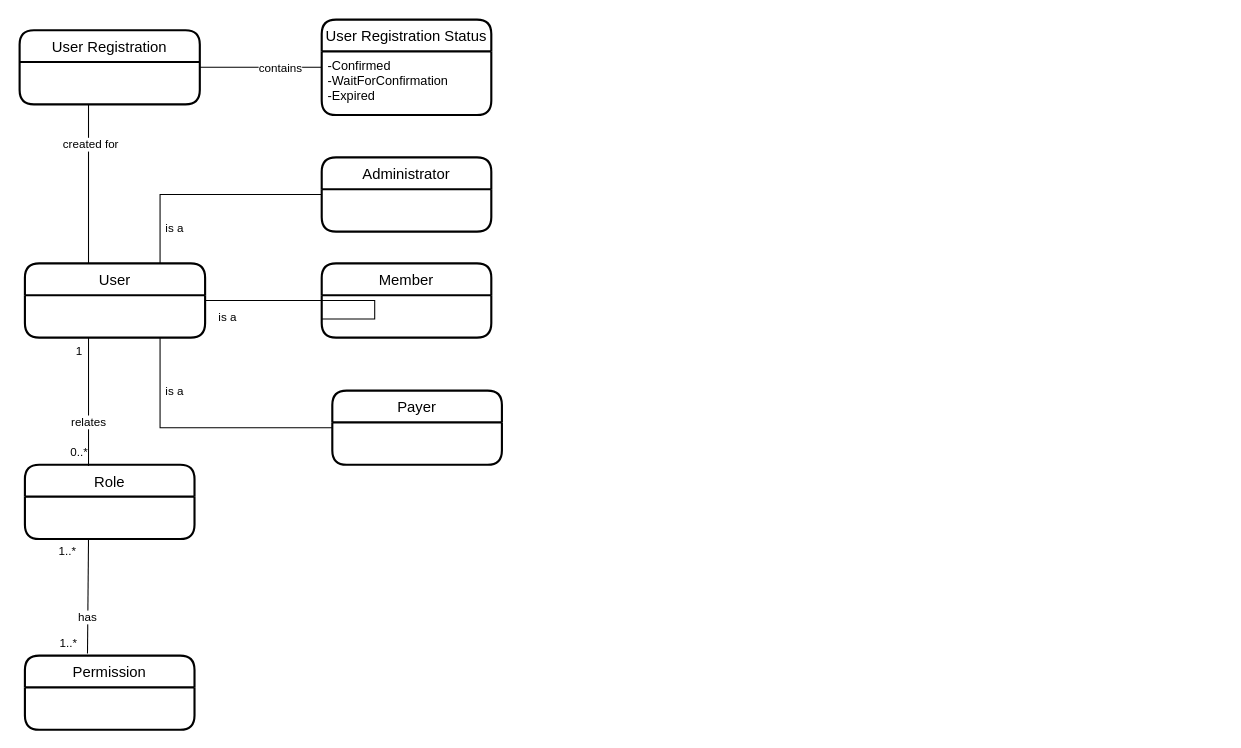
The draw.io diagram doc/Domain Conceptual Model.drawio in ismaelcabanas/meetup-monorepo, before the edit. Source tidied: cells renumbered, new cells numbered last; positions are measured from the earlier drawing's top-left corner, leaving out a move shared by most shapes. Both pictures are drawn from the tidied source at 106%, with x=0, y=0 at pixel (19, 19).
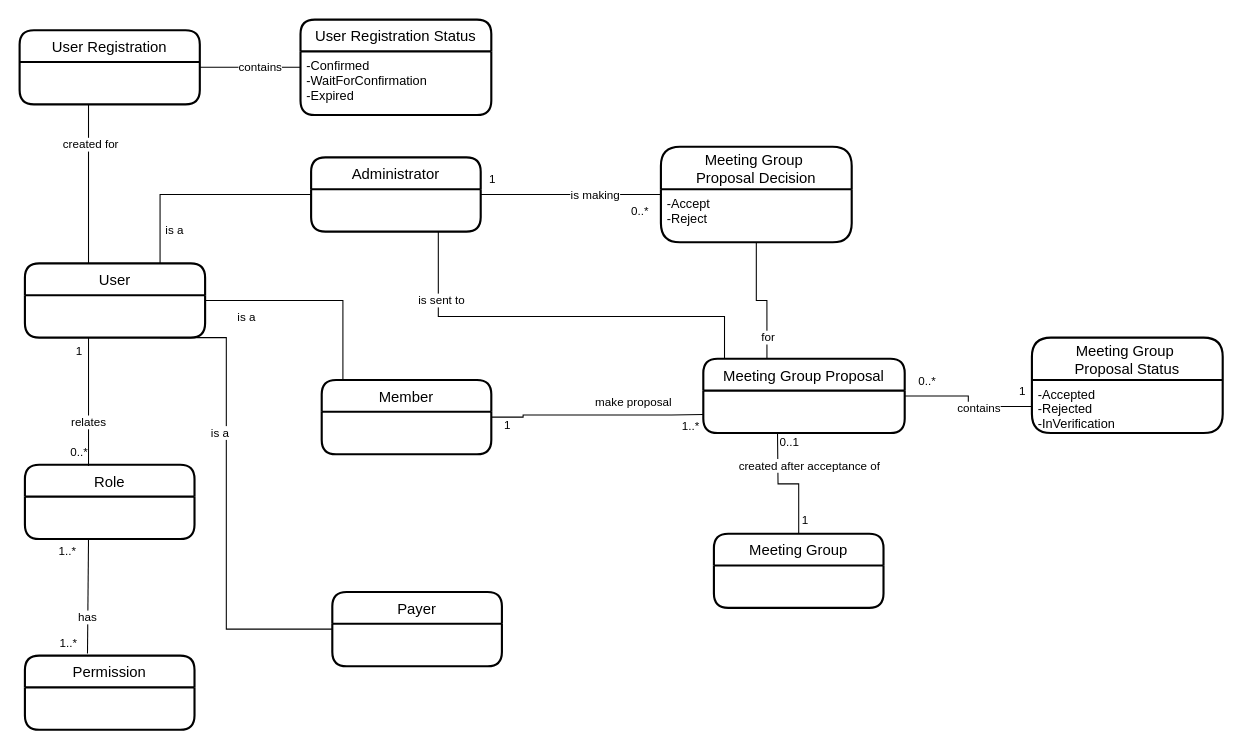
Above is the later version.

Commit message:
Administrators conceptual model

The change refers to these unchanged cells:
```xml
<mxCell id="2" value="User" style="swimlane;horizontal=1;startSize=30;rounded=1;fontSize=14;fontStyle=0;strokeWidth=2;shadow=0;dashed=0;align=center;" parent="1" vertex="1">
  <mxGeometry x="5" y="230" width="170" height="70" as="geometry" />
</mxCell>
<mxCell id="26" style="endArrow=none;html=1;rounded=0;strokeColor=#000000;exitX=1;exitY=0.5;exitDx=0;exitDy=0;entryX=0;entryY=0.25;entryDx=0;entryDy=0;" parent="1" edge="1" source="21" target="25">
  <mxGeometry relative="1" as="geometry" />
</mxCell>
```

Diff of the diagram source:
```diff
@@
+    <mxCell id="28" style="edgeStyle=orthogonalEdgeStyle;rounded=0;jettySize=auto;html=1;entryX=0;entryY=0.5;entryDx=0;entryDy=0;endArrow=none;endFill=0;" parent="1" edge="1" source="5" target="48">
+      <mxGeometry relative="1" as="geometry" />
+    </mxCell>
+    <mxCell id="29" value="1" style="edgeLabel;html=1;align=center;verticalAlign=middle;" parent="28" vertex="1">
+      <mxGeometry x="-0.9" y="2" relative="1" as="geometry">
+        <mxPoint x="2" y="-13" as="offset" />
+      </mxGeometry>
+    </mxCell>
+    <mxCell id="30" value="is making" style="edgeLabel;html=1;align=center;verticalAlign=middle;" parent="28" vertex="1">
+      <mxGeometry x="0.45" relative="1" as="geometry">
+        <mxPoint x="-16" as="offset" />
+      </mxGeometry>
+    </mxCell>
+    <mxCell id="31" value="0..*" style="edgeLabel;html=1;align=center;verticalAlign=middle;" parent="28" vertex="1">
+      <mxGeometry x="0.91" relative="1" as="geometry">
+        <mxPoint x="-13" y="15" as="offset" />
+      </mxGeometry>
+    </mxCell>
     <mxCell id="5" value="Administrator" style="swimlane;horizontal=1;startSize=30;rounded=1;fontSize=14;fontStyle=0;strokeWidth=2;shadow=0;dashed=0;align=center;" parent="1" vertex="1">
-      <mxGeometry x="285" y="130" width="160" height="70" as="geometry" />
+      <mxGeometry x="275" y="130" width="160" height="70" as="geometry" />
     </mxCell>
     <mxCell id="6" value="Member" style="swimlane;horizontal=1;startSize=30;rounded=1;fontSize=14;fontStyle=0;strokeWidth=2;shadow=0;dashed=0;align=center;" parent="1" vertex="1">
-      <mxGeometry x="285" y="230" width="160" height="70" as="geometry" />
+      <mxGeometry x="285" y="340" width="160" height="70" as="geometry" />
     </mxCell>
     <mxCell id="7" value="Payer" style="swimlane;horizontal=1;startSize=30;rounded=1;fontSize=14;fontStyle=0;strokeWidth=2;shadow=0;dashed=0;align=center;" parent="1" vertex="1">
-      <mxGeometry x="295" y="350" width="160" height="70" as="geometry" />
+      <mxGeometry x="295" y="540" width="160" height="70" as="geometry" />
     </mxCell>
@@
-    <mxCell id="9" style="endArrow=none;html=1;rounded=0;entryX=0;entryY=0.75;entryDx=0;entryDy=0;exitX=1;exitY=0.5;exitDx=0;exitDy=0;edgeStyle=orthogonalEdgeStyle;" parent="1" edge="1" source="2" target="6">
+    <mxCell id="9" style="endArrow=none;html=1;rounded=0;exitX=1;exitY=0.5;exitDx=0;exitDy=0;edgeStyle=orthogonalEdgeStyle;entryX=0.125;entryY=0;entryDx=0;entryDy=0;entryPerimeter=0;" parent="1" edge="1" source="2" target="6">
       <mxGeometry relative="1" as="geometry">
         <Array as="points">
-          <mxPoint x="335" y="265" />
+          <mxPoint x="305" y="265" />
         </Array>
       </mxGeometry>
     </mxCell>
     <mxCell id="10" value="is a" style="edgeLabel;html=1;align=center;verticalAlign=middle;" parent="9" vertex="1">
       <mxGeometry x="-0.53" y="1" relative="1" as="geometry">
-        <mxPoint x="-33" y="16" as="offset" />
+        <mxPoint x="-10" y="16" as="offset" />
       </mxGeometry>
     </mxCell>
     <mxCell id="11" style="endArrow=none;html=1;rounded=0;exitX=0.75;exitY=1;exitDx=0;exitDy=0;edgeStyle=orthogonalEdgeStyle;entryX=0;entryY=0.5;entryDx=0;entryDy=0;" parent="1" edge="1" source="2" target="7">
-      <mxGeometry relative="1" as="geometry" />
+      <mxGeometry relative="1" as="geometry">
+        <Array as="points">
+          <mxPoint x="195" y="300" />
+          <mxPoint x="195" y="575" />
+        </Array>
+      </mxGeometry>
     </mxCell>
@@
     <mxCell id="24" value="User Registration Status" style="swimlane;horizontal=1;startSize=30;rounded=1;fontSize=14;fontStyle=0;strokeWidth=2;shadow=0;dashed=0;align=center;" parent="1" vertex="1">
-      <mxGeometry x="285" width="160" height="90" as="geometry" />
+      <mxGeometry x="265" width="180" height="90" as="geometry" />
     </mxCell>
     <mxCell id="25" value="-Confirmed&#10;-WaitForConfirmation&#10;-Expired" style="align=left;strokeColor=none;fillColor=none;spacingLeft=4;fontSize=12;verticalAlign=top;" parent="24" vertex="1">
-      <mxGeometry y="30" width="160" height="60" as="geometry" />
+      <mxGeometry y="30" width="180" height="60" as="geometry" />
     </mxCell>
@@
     <mxCell id="27" value="contains" style="edgeLabel;html=1;align=center;verticalAlign=middle;" parent="26" vertex="1">
       <mxGeometry x="-0.04" y="1" relative="1" as="geometry">
-        <mxPoint x="20" y="1" as="offset" />
+        <mxPoint x="10" y="1" as="offset" />
       </mxGeometry>
     </mxCell>
+    <mxCell id="32" style="edgeStyle=orthogonalEdgeStyle;rounded=0;jettySize=auto;html=1;endArrow=none;endFill=0;" parent="1" edge="1" source="36">
+      <mxGeometry relative="1" as="geometry">
+        <mxPoint x="715" y="390" as="targetPoint" />
+      </mxGeometry>
+    </mxCell>
+    <mxCell id="33" value="1" style="edgeLabel;html=1;align=center;verticalAlign=middle;" parent="32" vertex="1">
+      <mxGeometry x="-0.76" relative="1" as="geometry">
+        <mxPoint x="5" as="offset" />
+      </mxGeometry>
+    </mxCell>
+    <mxCell id="34" value="0..1" style="edgeLabel;html=1;align=center;verticalAlign=middle;" parent="32" vertex="1">
+      <mxGeometry x="0.86" y="-1" relative="1" as="geometry">
+        <mxPoint x="9" as="offset" />
+      </mxGeometry>
+    </mxCell>
+    <mxCell id="35" value="created after acceptance of" style="edgeLabel;html=1;align=center;verticalAlign=middle;" parent="32" vertex="1">
+      <mxGeometry x="-0.05" y="2" relative="1" as="geometry">
+        <mxPoint x="16.5" y="-19.5" as="offset" />
+      </mxGeometry>
+    </mxCell>
+    <mxCell id="36" value="Meeting Group" style="swimlane;horizontal=1;startSize=30;rounded=1;fontSize=14;fontStyle=0;strokeWidth=2;shadow=0;dashed=0;align=center;" parent="1" vertex="1">
+      <mxGeometry x="655" y="485" width="160" height="70" as="geometry" />
+    </mxCell>
+    <mxCell id="37" style="edgeStyle=orthogonalEdgeStyle;rounded=0;jettySize=auto;html=1;entryX=0;entryY=0.5;entryDx=0;entryDy=0;endArrow=none;endFill=0;" parent="1" edge="1" source="43" target="53">
+      <mxGeometry relative="1" as="geometry" />
+    </mxCell>
+    <mxCell id="38" value="contains" style="edgeLabel;html=1;align=center;verticalAlign=middle;" parent="37" vertex="1">
+      <mxGeometry x="0.22" y="-1" relative="1" as="geometry" />
+    </mxCell>
+    <mxCell id="39" value="1" style="edgeLabel;html=1;align=center;verticalAlign=middle;" parent="37" vertex="1">
+      <mxGeometry x="-0.82" y="1" relative="1" as="geometry">
+        <mxPoint x="98" y="-4" as="offset" />
+      </mxGeometry>
+    </mxCell>
+    <mxCell id="40" value="0..*" style="edgeLabel;html=1;align=center;verticalAlign=middle;" parent="37" vertex="1">
+      <mxGeometry x="-0.85" relative="1" as="geometry">
+        <mxPoint x="10" y="-15" as="offset" />
+      </mxGeometry>
+    </mxCell>
+    <mxCell id="41" style="edgeStyle=orthogonalEdgeStyle;rounded=0;jettySize=auto;html=1;entryX=0.75;entryY=1;entryDx=0;entryDy=0;endArrow=none;endFill=0;" parent="1" edge="1" source="43" target="5">
+      <mxGeometry relative="1" as="geometry">
+        <Array as="points">
+          <mxPoint x="665" y="280" />
+          <mxPoint x="395" y="280" />
+        </Array>
+      </mxGeometry>
+    </mxCell>
+    <mxCell id="42" value="is sent to" style="edgeLabel;html=1;align=center;verticalAlign=middle;" parent="41" vertex="1">
+      <mxGeometry x="0.67" y="-2" relative="1" as="geometry" />
+    </mxCell>
+    <mxCell id="43" value="Meeting Group Proposal" style="swimlane;horizontal=1;startSize=30;rounded=1;fontSize=14;fontStyle=0;strokeWidth=2;shadow=0;dashed=0;align=center;" parent="1" vertex="1">
+      <mxGeometry x="645" y="320" width="190" height="70" as="geometry" />
+    </mxCell>
+    <mxCell id="44" style="endArrow=none;html=1;rounded=0;edgeStyle=orthogonalEdgeStyle;exitX=1;exitY=0.5;exitDx=0;exitDy=0;entryX=0;entryY=0.75;entryDx=0;entryDy=0;" parent="1" edge="1" source="6" target="43">
+      <mxGeometry relative="1" as="geometry">
+        <Array as="points">
+          <mxPoint x="475" y="375" />
+          <mxPoint x="475" y="373" />
+          <mxPoint x="615" y="373" />
+        </Array>
+      </mxGeometry>
+    </mxCell>
+    <mxCell id="45" value="1..*" style="edgeLabel;html=1;align=center;verticalAlign=middle;" parent="44" vertex="1">
+      <mxGeometry x="0.62" relative="1" as="geometry">
+        <mxPoint x="25" y="10" as="offset" />
+      </mxGeometry>
+    </mxCell>
+    <mxCell id="46" value="1" style="edgeLabel;html=1;align=center;verticalAlign=middle;" parent="44" vertex="1">
+      <mxGeometry x="-0.92" y="-1" relative="1" as="geometry">
+        <mxPoint x="6" y="6" as="offset" />
+      </mxGeometry>
+    </mxCell>
+    <mxCell id="47" value="make proposal" style="edgeLabel;html=1;align=center;verticalAlign=middle;" parent="44" vertex="1">
+      <mxGeometry x="0.34" y="1" relative="1" as="geometry">
+        <mxPoint y="-11.5" as="offset" />
+      </mxGeometry>
+    </mxCell>
+    <mxCell id="48" value="Meeting Group &#10;Proposal Decision" style="swimlane;horizontal=1;startSize=40;rounded=1;fontSize=14;fontStyle=0;strokeWidth=2;shadow=0;dashed=0;align=center;" parent="1" vertex="1">
+      <mxGeometry x="605" y="120" width="180" height="90" as="geometry" />
+    </mxCell>
+    <mxCell id="49" value="-Accept&#10;-Reject" style="align=left;strokeColor=none;fillColor=none;spacingLeft=4;fontSize=12;verticalAlign=top;" parent="48" vertex="1">
+      <mxGeometry y="40" width="180" height="50" as="geometry" />
+    </mxCell>
+    <mxCell id="50" style="edgeStyle=orthogonalEdgeStyle;rounded=0;jettySize=auto;html=1;entryX=0.316;entryY=0;entryDx=0;entryDy=0;entryPerimeter=0;endArrow=none;endFill=0;" parent="1" edge="1" source="49" target="43">
+      <mxGeometry relative="1" as="geometry" />
+    </mxCell>
+    <mxCell id="51" value="for" style="edgeLabel;html=1;align=center;verticalAlign=middle;" parent="50" vertex="1">
+      <mxGeometry x="0.37" relative="1" as="geometry">
+        <mxPoint y="18" as="offset" />
+      </mxGeometry>
+    </mxCell>
+    <mxCell id="52" value="Meeting Group &#10;Proposal Status" style="swimlane;horizontal=1;startSize=40;rounded=1;fontSize=14;fontStyle=0;strokeWidth=2;shadow=0;dashed=0;align=center;" parent="1" vertex="1">
+      <mxGeometry x="955" y="300" width="180" height="90" as="geometry" />
+    </mxCell>
+    <mxCell id="53" value="-Accepted&#10;-Rejected&#10;-InVerification" style="align=left;strokeColor=none;fillColor=none;spacingLeft=4;fontSize=12;verticalAlign=top;" parent="52" vertex="1">
+      <mxGeometry y="40" width="180" height="50" as="geometry" />
+    </mxCell>
```
